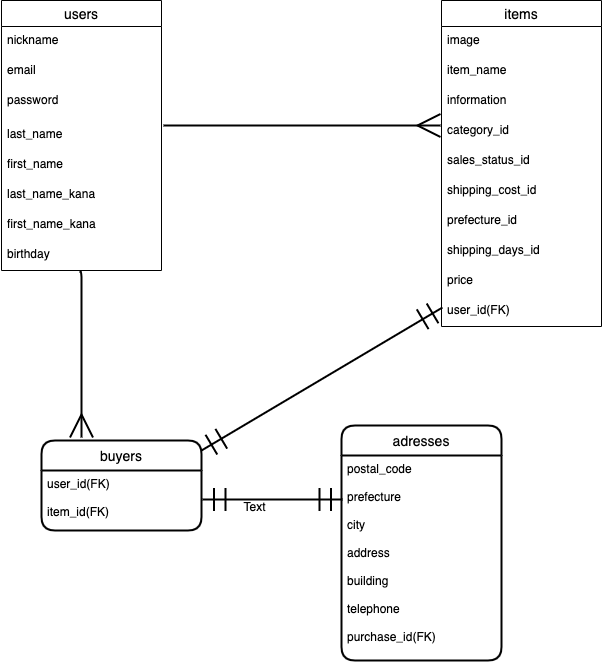
Earlier version of the draw.io export furima.drawio.png (saya1216/furima-36071). Source tidied: cells renumbered, new cells last; positions are measured from the earlier drawing's top-left corner, leaving out a move shared by most shapes.
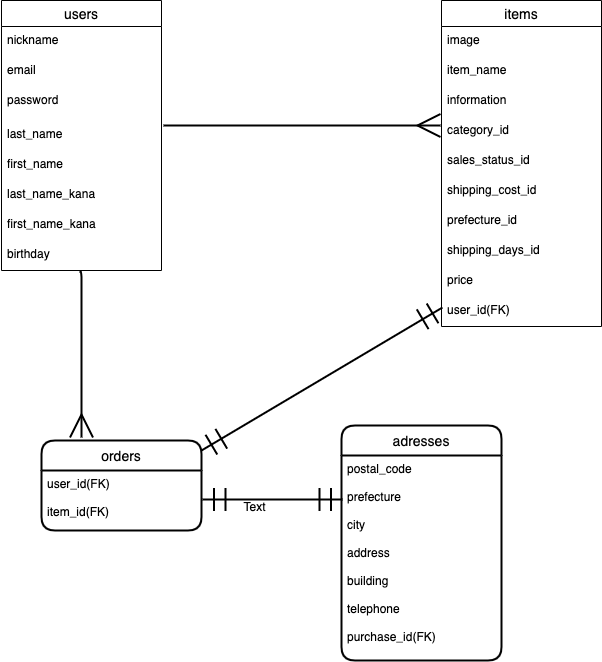
Later version of the same file.

Commit message:
モデル名変更に伴いREADME、ER図、Formオブジェクト名を修正

The edit, as a diff of the source:
```diff
@@ -62,7 +62,7 @@
     <mxCell id="21" value="user_id(FK)" style="text;strokeColor=none;fillColor=none;spacingLeft=4;spacingRight=4;overflow=hidden;points=[[0,0.5],[1,0.5]];portConstraint=eastwest;fontSize=12;fontColor=#000000;" parent="11" vertex="1">
       <mxGeometry y="296" width="160" height="30" as="geometry" />
     </mxCell>
-    <mxCell id="22" value="buyers" style="swimlane;horizontal=1;startSize=30;rounded=1;fontSize=14;fontStyle=0;strokeWidth=2;shadow=0;dashed=0;align=center;fillColor=#FFFFFF;fontColor=#000000;strokeColor=#000000;" parent="1" vertex="1">
+    <mxCell id="22" value="orders" style="swimlane;horizontal=1;startSize=30;rounded=1;fontSize=14;fontStyle=0;strokeWidth=2;shadow=0;dashed=0;align=center;fillColor=#FFFFFF;fontColor=#000000;strokeColor=#000000;" parent="1" vertex="1">
       <mxGeometry x="40" y="440" width="160" height="90" as="geometry" />
     </mxCell>
     <mxCell id="23" value="user_id(FK)&#10;&#10;item_id(FK)&#10;" style="align=left;strokeColor=none;fillColor=none;spacingLeft=4;fontSize=12;verticalAlign=top;fontColor=#000000;" parent="22" vertex="1">
```
